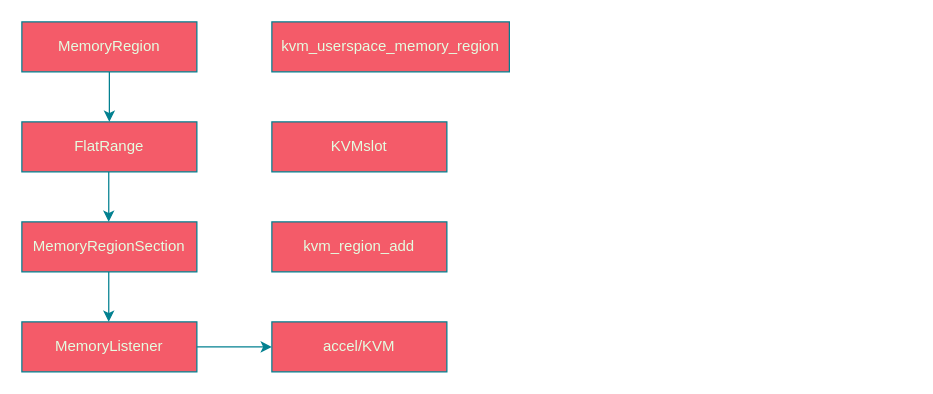
Above: 内存管理2.drawio in Yongibaoi/100-gdb-tips (draw.io), before the change. Source tidied: cells renumbered, new cells numbered last; positions are measured from the earlier drawing's top-left corner, leaving out a move shared by most shapes. Both pictures are drawn from the tidied source at 125%, with x=0, y=0 at pixel (21, 21).
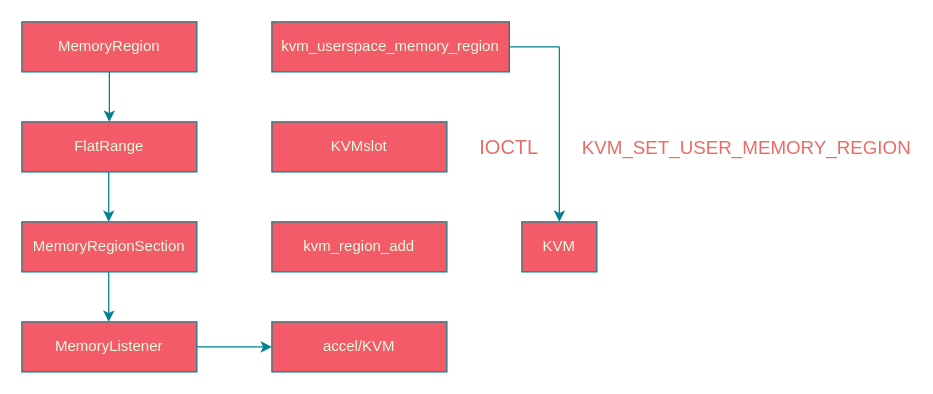
Above is the later version.

Commit message (it also covers changes not shown here):
更新内存管理2.drawio

Unchanged cells that the change refers to:
```xml
<mxCell id="13" value="kvm_userspace_memory_region" style="rounded=0;whiteSpace=wrap;html=1;labelBackgroundColor=none;fillColor=#F45B69;strokeColor=#028090;fontColor=#E4FDE1;" parent="1" vertex="1">
  <mxGeometry x="200" width="190" height="40" as="geometry" />
</mxCell>
```

Change to the diagram source:
```diff
@@
+    <mxCell id="14" value="KVM" style="rounded=0;whiteSpace=wrap;html=1;labelBackgroundColor=none;fillColor=#F45B69;strokeColor=#028090;fontColor=#E4FDE1;" parent="1" vertex="1">
+      <mxGeometry x="400" y="160" width="60" height="40" as="geometry" />
+    </mxCell>
+    <mxCell id="15" style="endArrow=none;html=1;rounded=0;strokeColor=#028090;fontColor=#E4FDE1;fillColor=#F45B69;exitX=1;exitY=0.5;exitDx=0;exitDy=0;" parent="1" edge="1" source="13">
+      <mxGeometry relative="1" as="geometry">
+        <mxPoint x="430" y="20" as="targetPoint" />
+      </mxGeometry>
+    </mxCell>
+    <mxCell id="16" style="endArrow=classic;html=1;rounded=0;strokeColor=#028090;fontColor=#E4FDE1;fillColor=#F45B69;entryX=0.5;entryY=0;entryDx=0;entryDy=0;" parent="1" edge="1" target="14">
+      <mxGeometry relative="1" as="geometry">
+        <mxPoint x="430" y="20" as="sourcePoint" />
+      </mxGeometry>
+    </mxCell>
+    <mxCell id="17" value="&lt;font color=&quot;#EA6B66&quot;&gt;&lt;font style=&quot;font-size: 13px;&quot;&gt;&lt;font style=&quot;font-size: 14px;&quot;&gt;&lt;font style=&quot;font-size: 15px;&quot;&gt;&lt;font style=&quot;font-size: 16px;&quot;&gt;IOCTL&lt;/font&gt;&lt;/font&gt;&lt;/font&gt;&lt;/font&gt;&lt;/font&gt;" style="text;html=1;strokeColor=none;fillColor=none;align=center;verticalAlign=middle;whiteSpace=wrap;rounded=0;fontColor=#E4FDE1;" parent="1" vertex="1">
+      <mxGeometry x="360" y="85" width="60" height="30" as="geometry" />
+    </mxCell>
+    <mxCell id="18" value="&lt;font style=&quot;font-size: 13px;&quot; color=&quot;#EA6B66&quot;&gt;&lt;font style=&quot;font-size: 14px;&quot;&gt;&lt;font style=&quot;font-size: 15px;&quot;&gt;KVM_SET_USER_MEMORY_REGION&lt;/font&gt;&lt;/font&gt;&lt;/font&gt;" style="text;html=1;strokeColor=none;fillColor=none;align=center;verticalAlign=middle;whiteSpace=wrap;rounded=0;fontColor=#E4FDE1;" parent="1" vertex="1">
+      <mxGeometry x="550" y="85" width="60" height="30" as="geometry" />
+    </mxCell>
```
